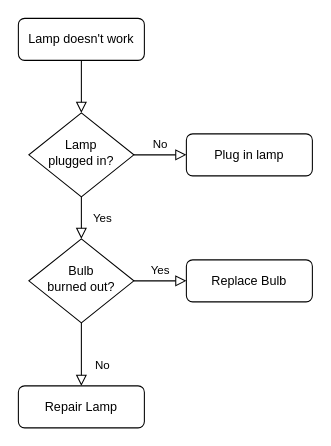
Earlier version of the draw.io diagram Untitled Diagram.drawio (adrianrendek/ws16insideout). Source tidied: cells renumbered, new cells numbered last; positions are measured from the earlier drawing's top-left corner, leaving out a move shared by most shapes. Both pictures are drawn from the tidied source at 105%, with x=0, y=0 at pixel (18, 18).
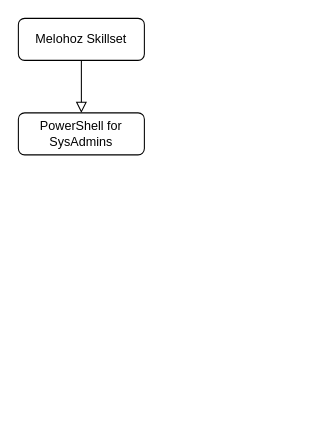
The same diagram, later.

The edit, as a diff of the source:
```diff
@@
 <mxGraphModel>
   <root>
     <mxCell id="0" />
     <mxCell id="1" parent="0" />
-    <mxCell id="2" style="rounded=0;html=1;jettySize=auto;fontSize=11;endArrow=block;endFill=0;endSize=8;strokeWidth=1;shadow=0;labelBackgroundColor=none;edgeStyle=orthogonalEdgeStyle;" parent="1" edge="1" source="3" target="6">
-      <mxGeometry relative="1" as="geometry" />
+    <mxCell id="2" style="rounded=0;html=1;jettySize=auto;fontSize=11;endArrow=block;endFill=0;endSize=8;strokeWidth=1;shadow=0;labelBackgroundColor=none;edgeStyle=orthogonalEdgeStyle;" parent="1" edge="1" source="3">
+      <mxGeometry relative="1" as="geometry">
+        <mxPoint x="60" y="90" as="targetPoint" />
+      </mxGeometry>
     </mxCell>
-    <mxCell id="3" value="Lamp doesn't work" style="rounded=1;whiteSpace=wrap;html=1;fontSize=12;glass=0;strokeWidth=1;shadow=0;" parent="1" vertex="1">
+    <mxCell id="3" value="Melohoz Skillset" style="rounded=1;whiteSpace=wrap;html=1;fontSize=12;glass=0;strokeWidth=1;shadow=0;" parent="1" vertex="1">
       <mxGeometry width="120" height="40" as="geometry" />
     </mxCell>
-    <mxCell id="4" value="Yes" style="rounded=0;html=1;jettySize=auto;fontSize=11;endArrow=block;endFill=0;endSize=8;strokeWidth=1;shadow=0;labelBackgroundColor=none;edgeStyle=orthogonalEdgeStyle;" parent="1" edge="1" source="6" target="10">
-      <mxGeometry y="20" relative="1" as="geometry" />
-    </mxCell>
-    <mxCell id="5" value="No" style="edgeStyle=orthogonalEdgeStyle;rounded=0;html=1;jettySize=auto;fontSize=11;endArrow=block;endFill=0;endSize=8;strokeWidth=1;shadow=0;labelBackgroundColor=none;" parent="1" edge="1" source="6" target="7">
-      <mxGeometry y="10" relative="1" as="geometry" />
-    </mxCell>
-    <mxCell id="6" value="Lamp&lt;br&gt;plugged in?" style="rhombus;whiteSpace=wrap;html=1;shadow=0;fontFamily=Helvetica;fontSize=12;align=center;strokeWidth=1;spacing=6;spacingTop=-4;" parent="1" vertex="1">
-      <mxGeometry x="10" y="90" width="100" height="80" as="geometry" />
-    </mxCell>
-    <mxCell id="7" value="Plug in lamp" style="rounded=1;whiteSpace=wrap;html=1;fontSize=12;glass=0;strokeWidth=1;shadow=0;" parent="1" vertex="1">
-      <mxGeometry x="160" y="110" width="120" height="40" as="geometry" />
-    </mxCell>
-    <mxCell id="8" value="No" style="rounded=0;html=1;jettySize=auto;fontSize=11;endArrow=block;endFill=0;endSize=8;strokeWidth=1;shadow=0;labelBackgroundColor=none;edgeStyle=orthogonalEdgeStyle;" parent="1" edge="1" source="10" target="11">
-      <mxGeometry x="0.33" y="20" relative="1" as="geometry" />
-    </mxCell>
-    <mxCell id="9" value="Yes" style="edgeStyle=orthogonalEdgeStyle;rounded=0;html=1;jettySize=auto;fontSize=11;endArrow=block;endFill=0;endSize=8;strokeWidth=1;shadow=0;labelBackgroundColor=none;" parent="1" edge="1" source="10" target="12">
-      <mxGeometry y="10" relative="1" as="geometry" />
-    </mxCell>
-    <mxCell id="10" value="Bulb&lt;br&gt;burned out?" style="rhombus;whiteSpace=wrap;html=1;shadow=0;fontFamily=Helvetica;fontSize=12;align=center;strokeWidth=1;spacing=6;spacingTop=-4;" parent="1" vertex="1">
-      <mxGeometry x="10" y="210" width="100" height="80" as="geometry" />
-    </mxCell>
-    <mxCell id="11" value="Repair Lamp" style="rounded=1;whiteSpace=wrap;html=1;fontSize=12;glass=0;strokeWidth=1;shadow=0;" parent="1" vertex="1">
-      <mxGeometry y="350" width="120" height="40" as="geometry" />
+    <mxCell id="11" value="PowerShell for SysAdmins" style="rounded=1;whiteSpace=wrap;html=1;fontSize=12;glass=0;strokeWidth=1;shadow=0;" parent="1" vertex="1">
+      <mxGeometry y="90" width="120" height="40" as="geometry" />
     </mxCell>
-    <mxCell id="12" value="Replace Bulb" style="rounded=1;whiteSpace=wrap;html=1;fontSize=12;glass=0;strokeWidth=1;shadow=0;" parent="1" vertex="1">
-      <mxGeometry x="160" y="230" width="120" height="40" as="geometry" />
-    </mxCell>
   </root>
 </mxGraphModel>
```
